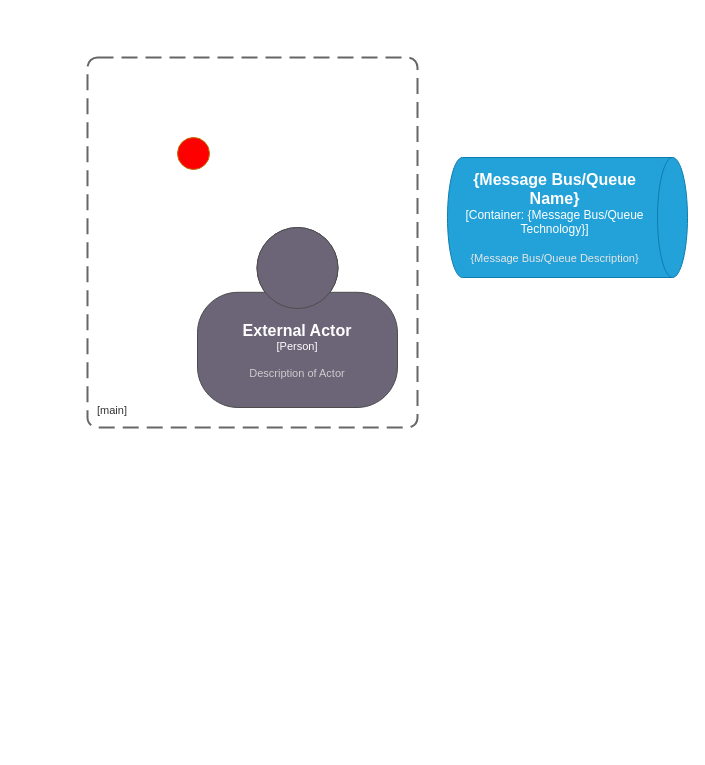
This is c4 main test.drawio from sam-mit/c4, a draw.io file, before an edit. Source tidied: cells renumbered, new cells numbered last; positions are measured from the earlier drawing's top-left corner, leaving out a move shared by most shapes. Both pictures are drawn from the tidied source at 100%, with x=0, y=0 at pixel (87, 57).
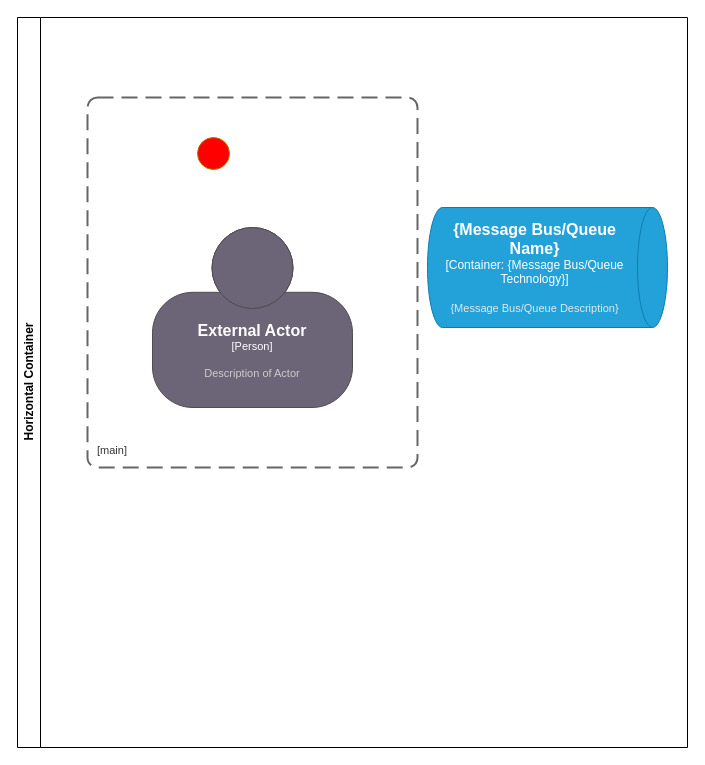
The same page after the edit.

Change to the diagram source:
```diff
@@
 <mxGraphModel>
   <root>
     <mxCell id="0" />
     <mxCell id="1" parent="0" />
+    <mxCell id="6" value="Horizontal Container" style="swimlane;horizontal=0;whiteSpace=wrap;html=1;" parent="1" vertex="1">
+      <mxGeometry x="-70" y="-40" width="670" height="730" as="geometry" />
+    </mxCell>
     <object id="2" label="&lt;font style=&quot;font-size: 16px&quot;&gt;&lt;b&gt;&lt;div style=&quot;text-align: left&quot;&gt;%c4Name%&lt;/div&gt;&lt;/b&gt;&lt;/font&gt;&lt;div style=&quot;text-align: left&quot;&gt;[%c4Application%]&lt;/div&gt;" c4Application="main" c4Name="" placeholders="1">
-      <mxCell style="rounded=1;fontSize=11;whiteSpace=wrap;html=1;dashed=1;arcSize=20;fillColor=none;strokeColor=#666666;fontColor=#333333;labelBackgroundColor=none;align=left;verticalAlign=bottom;labelBorderColor=none;spacingTop=0;spacing=10;dashPattern=8 4;perimeter=rectanglePerimeter;noLabel=0;labelPadding=0;absoluteArcSize=1;strokeWidth=2;" parent="1" vertex="1">
-        <mxGeometry width="330" height="370" as="geometry" />
+      <mxCell style="rounded=1;fontSize=11;whiteSpace=wrap;html=1;dashed=1;arcSize=20;fillColor=none;strokeColor=#666666;fontColor=#333333;labelBackgroundColor=none;align=left;verticalAlign=bottom;labelBorderColor=none;spacingTop=0;spacing=10;dashPattern=8 4;perimeter=rectanglePerimeter;noLabel=0;labelPadding=0;absoluteArcSize=1;strokeWidth=2;" parent="6" vertex="1">
+        <mxGeometry x="70" y="80" width="330" height="370" as="geometry" />
       </mxCell>
     </object>
     <object id="3" label="&lt;font style=&quot;font-size: 16px&quot;&gt;&lt;b&gt;%c4Name%&lt;/b&gt;&lt;/font&gt;&lt;div&gt;[%c4Type%]&lt;/div&gt;&lt;br&gt;&lt;div&gt;&lt;font style=&quot;font-size: 11px&quot;&gt;&lt;font color=&quot;#cccccc&quot;&gt;%c4Description%&lt;/font&gt;&lt;/div&gt;" c4Description="Description of Actor" c4Name="External Actor" c4Type="Person" placeholders="1">
-      <mxCell style="html=1;fontSize=11;dashed=0;whiteSpace=wrap;fillColor=#6C6477;strokeColor=#4D4D4D;fontColor=#ffffff;shape=mxgraph.c4.person2;align=center;" parent="1" vertex="1">
-        <mxGeometry x="110" y="170" width="200" height="180" as="geometry" />
+      <mxCell style="html=1;fontSize=11;dashed=0;whiteSpace=wrap;fillColor=#6C6477;strokeColor=#4D4D4D;fontColor=#ffffff;shape=mxgraph.c4.person2;align=center;" parent="6" vertex="1">
+        <mxGeometry x="135" y="210" width="200" height="180" as="geometry" />
       </mxCell>
     </object>
-    <mxCell id="4" style="ellipse;whiteSpace=wrap;html=1;fillColor=#FF0000;fontColor=#000000;strokeColor=#BD7000;" parent="1" vertex="1">
-      <mxGeometry x="90" y="80" width="32" height="32" as="geometry" />
+    <mxCell id="4" style="ellipse;whiteSpace=wrap;html=1;fillColor=#FF0000;fontColor=#000000;strokeColor=#BD7000;" parent="6" vertex="1">
+      <mxGeometry x="180" y="120" width="32" height="32" as="geometry" />
     </mxCell>
     <object id="5" label="&lt;font style=&quot;font-size: 16px&quot;&gt;&lt;b&gt;%c4Type%&lt;/b&gt;&lt;/font&gt;&lt;div&gt;[%c4Container%:&amp;nbsp;%c4Technology%]&lt;/div&gt;&lt;br&gt;&lt;div&gt;&lt;font style=&quot;font-size: 11px&quot;&gt;&lt;font color=&quot;#E6E6E6&quot;&gt;%c4Description%&lt;/font&gt;&lt;/div&gt;" c4Container="Container" c4Description="{Message Bus/Queue Description}" c4Technology="{Message Bus/Queue Technology}" c4Type="{Message Bus/Queue Name}" placeholders="1">
-      <mxCell style="shape=cylinder3;size=15;direction=south;whiteSpace=wrap;html=1;boundedLbl=1;rounded=0;labelBackgroundColor=none;fillColor=#23A2D9;fontSize=12;fontColor=#ffffff;align=center;strokeColor=#0E7DAD;" parent="1" vertex="1">
-        <mxGeometry x="360" y="100" width="240" height="120" as="geometry" />
+      <mxCell style="shape=cylinder3;size=15;direction=south;whiteSpace=wrap;html=1;boundedLbl=1;rounded=0;labelBackgroundColor=none;fillColor=#23A2D9;fontSize=12;fontColor=#ffffff;align=center;strokeColor=#0E7DAD;" parent="6" vertex="1">
+        <mxGeometry x="410" y="190" width="240" height="120" as="geometry" />
       </mxCell>
     </object>
   </root>
 </mxGraphModel>
```
